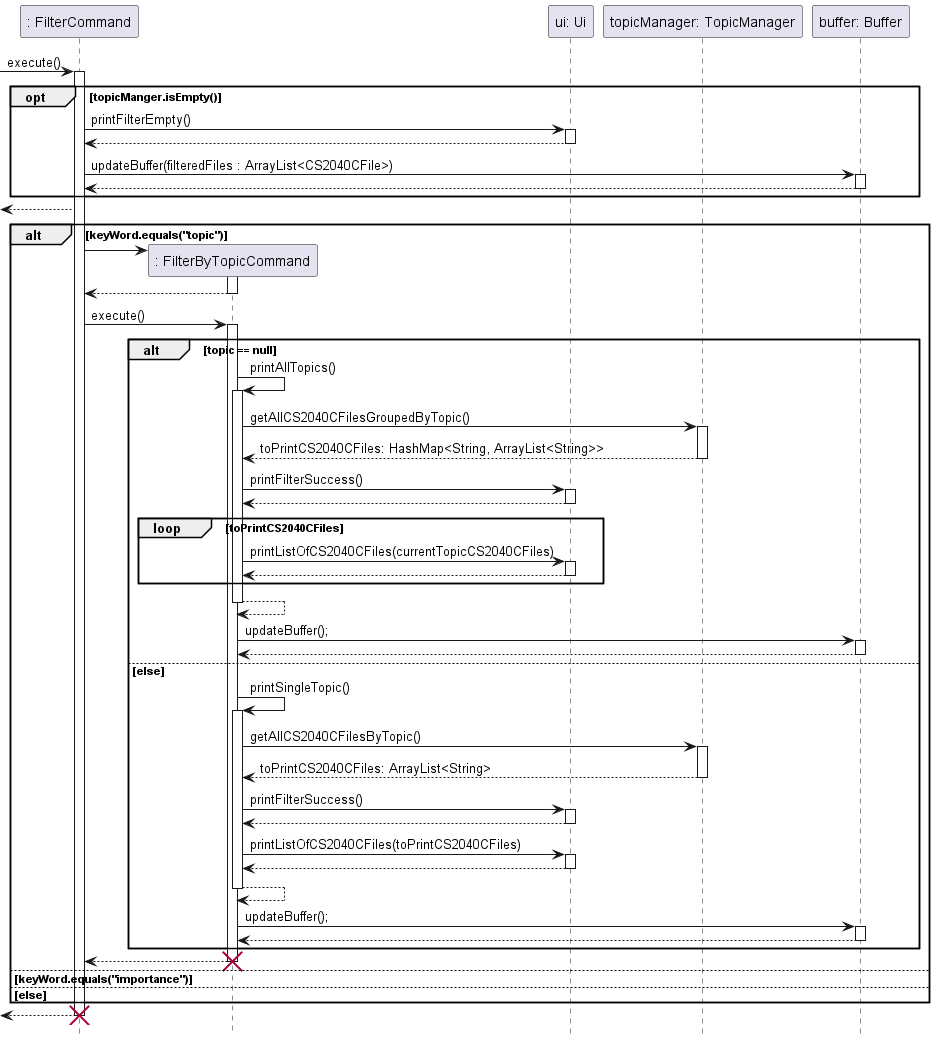
ong-ck/tp keeps this PlantUML diagram as docs/sequence-diagrams/diagrams/FilterByTopic.png. Above is the earlier version.
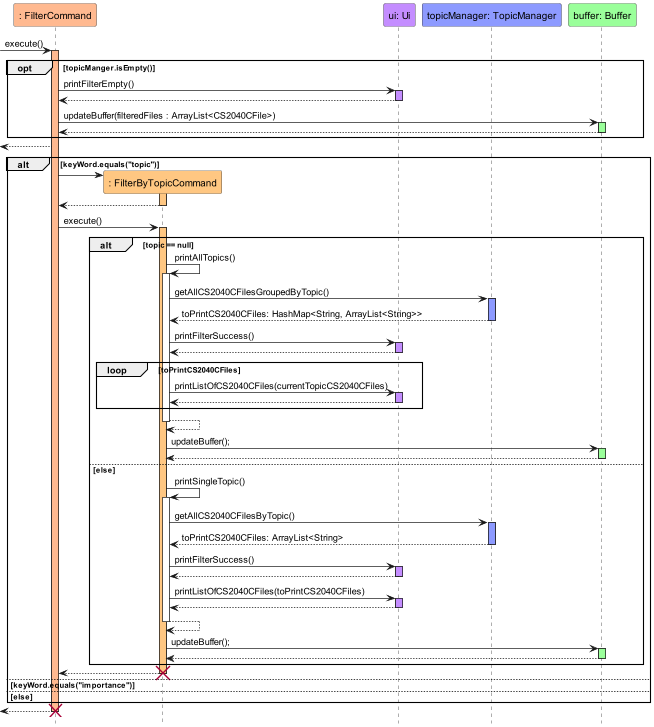
The same diagram one commit later.

The edit, as a diff of the source:
```diff
@@ -1,69 +1,71 @@
 @startuml
+!include ../../style.iuml
+
 hide footbox
 
-participant ": FilterCommand" as FilterCommand
-participant ": FilterByTopicCommand" as FilterByTopicCommand
-participant "ui: Ui" as Ui
-participant "topicManager: TopicManager" as TopicManager
-participant "buffer: Buffer" as Buffer
+participant ": FilterCommand" as FilterCommand FilterCommand_STYLE
+participant ": FilterByTopicCommand" as FilterByTopicCommand FilterByTopicCommand_STYLE
+participant "ui: Ui" as Ui Ui_STYLE
+participant "topicManager: TopicManager" as TopicManager TopicManager_STYLE
+participant "buffer: Buffer" as Buffer Buffer_STYLE
 
 -> FilterCommand : execute()
-activate FilterCommand
+activate FilterCommand FilterCommand_STYLE
     opt topicManger.isEmpty()
         FilterCommand -> Ui : printFilterEmpty()
-        activate Ui
+        activate Ui Ui_STYLE
         return
         FilterCommand -> Buffer : updateBuffer(filteredFiles : ArrayList<CS2040CFile>)
-        activate Buffer
+        activate Buffer Buffer_STYLE
         return
     end
     <-- FilterCommand
     alt keyWord.equals("topic")
         FilterCommand -> FilterByTopicCommand **
-        activate FilterByTopicCommand
+        activate FilterByTopicCommand FilterByTopicCommand_STYLE
         return
 
         FilterCommand -> FilterByTopicCommand : execute()
-        activate FilterByTopicCommand
+        activate FilterByTopicCommand FilterByTopicCommand_STYLE
             alt topic == null
                 FilterByTopicCommand -> FilterByTopicCommand : printAllTopics()
                 activate FilterByTopicCommand
                     FilterByTopicCommand -> TopicManager : getAllCS2040CFilesGroupedByTopic()
-                    activate TopicManager
+                    activate TopicManager TopicManager_STYLE
                     return toPrintCS2040CFiles: HashMap<String, ArrayList<String>>
 
                     FilterByTopicCommand -> Ui : printFilterSuccess()
-                    activate Ui
+                    activate Ui Ui_STYLE
                     return
 
                     loop toPrintCS2040CFiles
                         FilterByTopicCommand -> Ui : printListOfCS2040CFiles(currentTopicCS2040CFiles)
-                        activate Ui
+                        activate Ui Ui_STYLE
                         return
                     end
                 return
 
                 FilterByTopicCommand -> Buffer: updateBuffer();
-                activate Buffer
+                activate Buffer Buffer_STYLE
                 return
             else else
                 FilterByTopicCommand -> FilterByTopicCommand : printSingleTopic()
                 activate FilterByTopicCommand
                     FilterByTopicCommand -> TopicManager : getAllCS2040CFilesByTopic()
-                    activate TopicManager
+                    activate TopicManager TopicManager_STYLE
                     return toPrintCS2040CFiles: ArrayList<String>
 
                     FilterByTopicCommand -> Ui : printFilterSuccess()
-                    activate Ui
+                    activate Ui Ui_STYLE
                     return
 
                     FilterByTopicCommand -> Ui : printListOfCS2040CFiles(toPrintCS2040CFiles)
-                    activate Ui
+                    activate Ui Ui_STYLE
                     return
                 return
 
                 FilterByTopicCommand -> Buffer: updateBuffer();
-                activate Buffer
+                activate Buffer Buffer_STYLE
                 return
             end
         return
```
